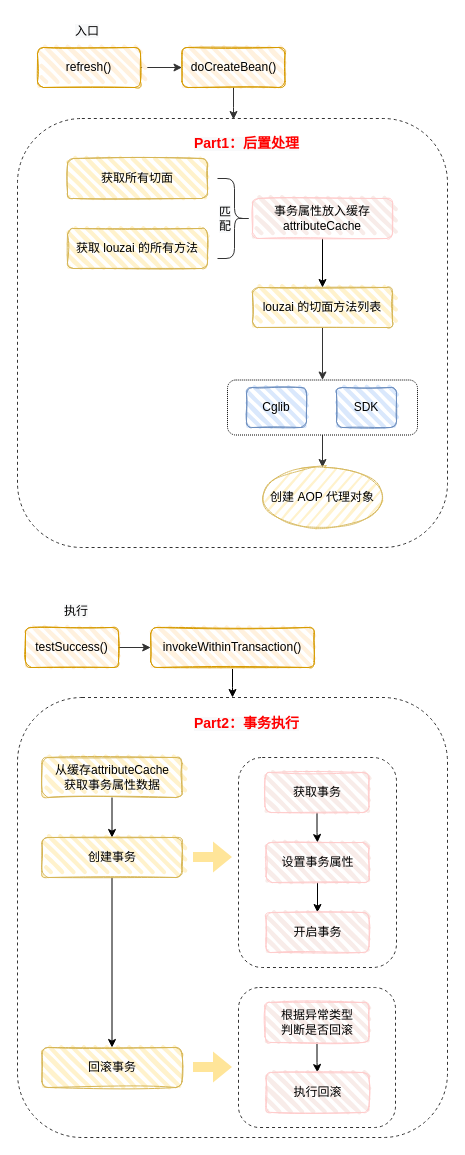
lml200701158/draw keeps this draw.io diagram as drawfile/事务.drawio. Above is the earlier version. Source tidied: cells renumbered, new cells numbered last; positions are measured from the earlier drawing's top-left corner, leaving out a move shared by most shapes. Both pictures are drawn from the tidied source at 100%, with x=0, y=0 at pixel (17, 17).
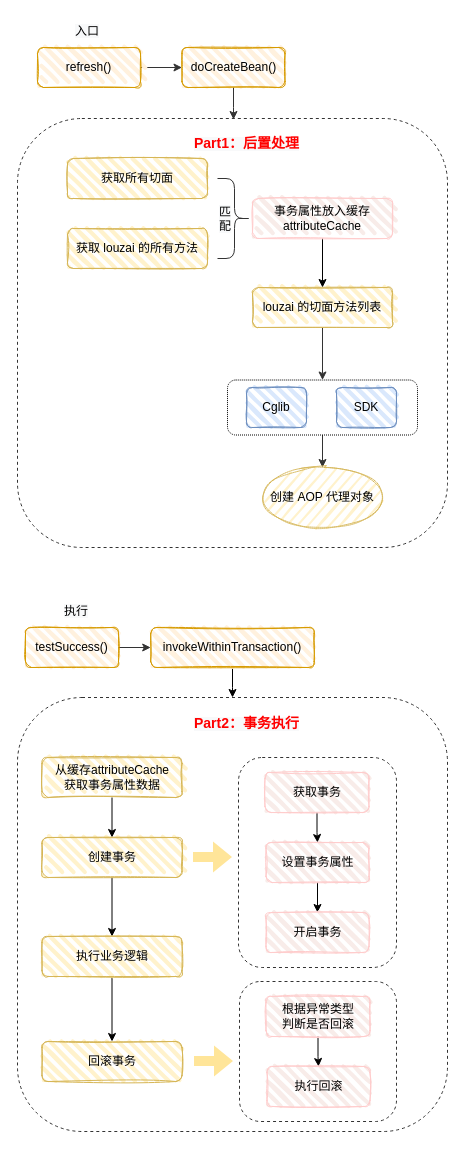
The same page after the edit.

The change refers to these unchanged cells:
```xml
<mxCell id="32" value="创建事务" style="rounded=1;whiteSpace=wrap;html=1;strokeWidth=1;fillWeight=4;hachureGap=8;hachureAngle=45;fillColor=#fff2cc;sketch=1;strokeColor=#d6b656;gradientColor=none;" parent="1" vertex="1">
  <mxGeometry x="24.5" y="820" width="140" height="40" as="geometry" />
</mxCell>
```

Change to the diagram source:
```diff
@@
     <mxCell id="25" style="rounded=1;whiteSpace=wrap;html=1;strokeColor=#333333;fontColor=#5C5C5C;fillColor=none;dashed=1;" parent="1" vertex="1">
-      <mxGeometry y="680" width="430" height="440" as="geometry" />
+      <mxGeometry y="680" width="430" height="434" as="geometry" />
     </mxCell>
@@
-    <mxCell id="31" style="edgeStyle=orthogonalEdgeStyle;rounded=0;jettySize=auto;html=1;fillColor=#FFF2CC;" parent="1" edge="1" source="32" target="33">
+    <mxCell id="31" style="edgeStyle=orthogonalEdgeStyle;rounded=0;jettySize=auto;html=1;fillColor=#FFF2CC;entryX=0.5;entryY=0;entryDx=0;entryDy=0;" parent="1" edge="1" source="32" target="47">
       <mxGeometry relative="1" as="geometry" />
     </mxCell>
@@
     <mxCell id="33" value="回滚事务" style="rounded=1;whiteSpace=wrap;html=1;strokeWidth=1;fillWeight=4;hachureGap=8;hachureAngle=45;fillColor=#fff2cc;sketch=1;strokeColor=#d6b656;gradientColor=none;" parent="1" vertex="1">
-      <mxGeometry x="24.5" y="1030" width="140" height="40" as="geometry" />
+      <mxGeometry x="24.5" y="1024" width="140" height="40" as="geometry" />
     </mxCell>
@@
     <mxCell id="41" style="rounded=1;whiteSpace=wrap;html=1;strokeColor=#333333;fontColor=#5C5C5C;fillColor=none;dashed=1;" parent="1" vertex="1">
-      <mxGeometry x="221" y="970" width="157" height="140" as="geometry" />
+      <mxGeometry x="222" y="964" width="157" height="140" as="geometry" />
     </mxCell>
@@
     <mxCell id="43" value="根据异常类型&lt;br&gt;判断是否回滚" style="rounded=1;whiteSpace=wrap;html=1;strokeWidth=1;fillWeight=4;hachureGap=8;hachureAngle=45;fillColor=#F8ECE9;sketch=1;strokeColor=#FFCCCC;" parent="1" vertex="1">
-      <mxGeometry x="247.5" y="985" width="104" height="40" as="geometry" />
+      <mxGeometry x="248.5" y="979" width="104" height="40" as="geometry" />
     </mxCell>
     <mxCell id="44" value="执行回滚" style="rounded=1;whiteSpace=wrap;html=1;strokeWidth=1;fillWeight=4;hachureGap=8;hachureAngle=45;fillColor=#F8ECE9;sketch=1;strokeColor=#FFCCCC;" parent="1" vertex="1">
-      <mxGeometry x="248.5" y="1055" width="103" height="40" as="geometry" />
+      <mxGeometry x="249.5" y="1049" width="103" height="40" as="geometry" />
     </mxCell>
     <mxCell id="45" style="shape=flexArrow;endArrow=classic;html=1;rounded=0;strokeColor=none;fillColor=#FFE599;" parent="1" edge="1">
       <mxGeometry relative="1" as="geometry">
-        <mxPoint x="175" y="1049.5" as="sourcePoint" />
-        <mxPoint x="215" y="1049.5" as="targetPoint" />
+        <mxPoint x="176" y="1043.5" as="sourcePoint" />
+        <mxPoint x="216" y="1043.5" as="targetPoint" />
       </mxGeometry>
     </mxCell>
+    <mxCell id="46" style="edgeStyle=orthogonalEdgeStyle;rounded=0;jettySize=auto;html=1;fillColor=#FFF2CC;" parent="1" edge="1" source="47" target="33">
+      <mxGeometry relative="1" as="geometry" />
+    </mxCell>
+    <mxCell id="47" value="执行业务逻辑" style="rounded=1;whiteSpace=wrap;html=1;strokeWidth=1;fillWeight=4;hachureGap=8;hachureAngle=45;fillColor=#fff2cc;sketch=1;strokeColor=#d6b656;gradientColor=none;" parent="1" vertex="1">
+      <mxGeometry x="24.5" y="919" width="140" height="40" as="geometry" />
+    </mxCell>
```
